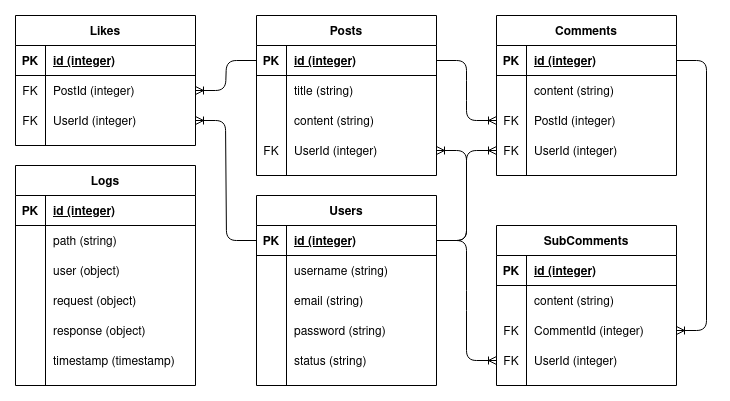
Earlier version of the draw.io export blog_app_erd.png (worklifebeyond/wlb-be-test). Source tidied: cells renumbered, new cells last; positions are measured from the earlier drawing's top-left corner, leaving out a move shared by most shapes. Source of this version:
```xml
<mxGraphModel>
  <root>
    <mxCell id="0" />
    <mxCell id="1" parent="0" />
    <mxCell id="2" style="edgeStyle=entityRelationEdgeStyle;fontSize=12;html=1;endArrow=ERoneToMany;exitX=1;exitY=0.5;exitDx=0;exitDy=0;entryX=0;entryY=0.5;entryDx=0;entryDy=0;" parent="1" edge="1" source="10" target="29">
      <mxGeometry relative="1" as="geometry" />
    </mxCell>
    <mxCell id="3" style="edgeStyle=entityRelationEdgeStyle;fontSize=12;html=1;endArrow=ERoneToMany;exitX=1;exitY=0.5;exitDx=0;exitDy=0;entryX=0;entryY=0.5;entryDx=0;entryDy=0;" parent="1" edge="1" source="65" target="32">
      <mxGeometry relative="1" as="geometry" />
    </mxCell>
    <mxCell id="4" style="edgeStyle=entityRelationEdgeStyle;fontSize=12;html=1;endArrow=ERoneToMany;exitX=1;exitY=0.5;exitDx=0;exitDy=0;" parent="1" edge="1" source="23" target="87">
      <mxGeometry relative="1" as="geometry" />
    </mxCell>
    <mxCell id="5" style="edgeStyle=entityRelationEdgeStyle;fontSize=12;html=1;endArrow=ERoneToMany;exitX=1;exitY=0.5;exitDx=0;exitDy=0;entryX=0;entryY=0.5;entryDx=0;entryDy=0;" parent="1" edge="1" source="65" target="90">
      <mxGeometry relative="1" as="geometry" />
    </mxCell>
    <mxCell id="6" style="edgeStyle=entityRelationEdgeStyle;fontSize=12;html=1;endArrow=ERoneToMany;" parent="1" edge="1" source="10" target="39">
      <mxGeometry relative="1" as="geometry" />
    </mxCell>
    <mxCell id="7" style="edgeStyle=entityRelationEdgeStyle;fontSize=12;html=1;endArrow=ERoneToMany;" parent="1" edge="1" source="65" target="42">
      <mxGeometry relative="1" as="geometry" />
    </mxCell>
    <mxCell id="8" style="edgeStyle=entityRelationEdgeStyle;fontSize=12;html=1;endArrow=ERoneToMany;exitX=1;exitY=0.5;exitDx=0;exitDy=0;" parent="1" edge="1" source="65" target="19">
      <mxGeometry relative="1" as="geometry" />
    </mxCell>
    <mxCell id="9" value="Posts" style="shape=table;startSize=30;rowLines=0;fontStyle=1;align=center;" parent="1" vertex="1">
      <mxGeometry x="241" width="180" height="160" as="geometry" />
    </mxCell>
    <mxCell id="10" style="shape=partialRectangle;fillColor=none;top=0;left=0;bottom=1;right=0;points=[[0,0.5],[1,0.5]];portConstraint=eastwest;" parent="9" vertex="1">
      <mxGeometry y="30" width="180" height="30" as="geometry" />
    </mxCell>
    <mxCell id="11" value="PK" style="shape=partialRectangle;fillColor=none;top=0;left=0;bottom=0;right=0;fontStyle=1;overflow=hidden;" parent="10" vertex="1">
      <mxGeometry width="30" height="30" as="geometry" />
    </mxCell>
    <mxCell id="12" value="id (integer)" style="shape=partialRectangle;fillColor=none;top=0;left=0;bottom=0;right=0;align=left;spacingLeft=6;fontStyle=5;overflow=hidden;" parent="10" vertex="1">
      <mxGeometry x="30" width="150" height="30" as="geometry" />
    </mxCell>
    <mxCell id="13" style="shape=partialRectangle;fillColor=none;top=0;left=0;bottom=0;right=0;" parent="9" vertex="1">
      <mxGeometry y="60" width="180" height="30" as="geometry" />
    </mxCell>
    <mxCell id="14" style="shape=partialRectangle;fillColor=none;top=0;left=0;bottom=0;right=0;overflow=hidden;" parent="13" vertex="1">
      <mxGeometry width="30" height="30" as="geometry" />
    </mxCell>
    <mxCell id="15" value="title (string)" style="shape=partialRectangle;fillColor=none;top=0;left=0;bottom=0;right=0;align=left;spacingLeft=6;overflow=hidden;" parent="13" vertex="1">
      <mxGeometry x="30" width="150" height="30" as="geometry" />
    </mxCell>
    <mxCell id="16" style="shape=partialRectangle;fillColor=none;top=0;left=0;bottom=0;right=0;" parent="9" vertex="1">
      <mxGeometry y="90" width="180" height="30" as="geometry" />
    </mxCell>
    <mxCell id="17" style="shape=partialRectangle;fillColor=none;top=0;left=0;bottom=0;right=0;overflow=hidden;" parent="16" vertex="1">
      <mxGeometry width="30" height="30" as="geometry" />
    </mxCell>
    <mxCell id="18" value="content (string)" style="shape=partialRectangle;fillColor=none;top=0;left=0;bottom=0;right=0;align=left;spacingLeft=6;overflow=hidden;" parent="16" vertex="1">
      <mxGeometry x="30" width="150" height="30" as="geometry" />
    </mxCell>
    <mxCell id="19" style="shape=partialRectangle;fillColor=none;top=0;left=0;bottom=0;right=0;points=[[0,0.5],[1,0.5]];portConstraint=eastwest;" parent="9" vertex="1">
      <mxGeometry y="120" width="180" height="30" as="geometry" />
    </mxCell>
    <mxCell id="20" value="FK" style="shape=partialRectangle;fillColor=none;top=0;left=0;bottom=0;right=0;overflow=hidden;" parent="19" vertex="1">
      <mxGeometry width="30" height="30" as="geometry" />
    </mxCell>
    <mxCell id="21" value="UserId (integer)" style="shape=partialRectangle;fillColor=none;top=0;left=0;bottom=0;right=0;align=left;spacingLeft=6;overflow=hidden;" parent="19" vertex="1">
      <mxGeometry x="30" width="150" height="30" as="geometry" />
    </mxCell>
    <mxCell id="22" value="Comments" style="shape=table;startSize=30;rowLines=0;fontStyle=1;align=center;" parent="1" vertex="1">
      <mxGeometry x="481" width="180" height="160" as="geometry" />
    </mxCell>
    <mxCell id="23" style="shape=partialRectangle;fillColor=none;top=0;left=0;bottom=1;right=0;points=[[0,0.5],[1,0.5]];portConstraint=eastwest;" parent="22" vertex="1">
      <mxGeometry y="30" width="180" height="30" as="geometry" />
    </mxCell>
    <mxCell id="24" value="PK" style="shape=partialRectangle;fillColor=none;top=0;left=0;bottom=0;right=0;fontStyle=1;overflow=hidden;" parent="23" vertex="1">
      <mxGeometry width="30" height="30" as="geometry" />
    </mxCell>
    <mxCell id="25" value="id (integer)" style="shape=partialRectangle;fillColor=none;top=0;left=0;bottom=0;right=0;align=left;spacingLeft=6;fontStyle=5;overflow=hidden;" parent="23" vertex="1">
      <mxGeometry x="30" width="150" height="30" as="geometry" />
    </mxCell>
    <mxCell id="26" style="shape=partialRectangle;fillColor=none;top=0;left=0;bottom=0;right=0;" parent="22" vertex="1">
      <mxGeometry y="60" width="180" height="30" as="geometry" />
    </mxCell>
    <mxCell id="27" style="shape=partialRectangle;fillColor=none;top=0;left=0;bottom=0;right=0;overflow=hidden;" parent="26" vertex="1">
      <mxGeometry width="30" height="30" as="geometry" />
    </mxCell>
    <mxCell id="28" value="content (string)" style="shape=partialRectangle;fillColor=none;top=0;left=0;bottom=0;right=0;align=left;spacingLeft=6;overflow=hidden;" parent="26" vertex="1">
      <mxGeometry x="30" width="150" height="30" as="geometry" />
    </mxCell>
    <mxCell id="29" style="shape=partialRectangle;fillColor=none;top=0;left=0;bottom=0;right=0;points=[[0,0.5],[1,0.5]];portConstraint=eastwest;" parent="22" vertex="1">
      <mxGeometry y="90" width="180" height="30" as="geometry" />
    </mxCell>
    <mxCell id="30" value="FK" style="shape=partialRectangle;fillColor=none;top=0;left=0;bottom=0;right=0;overflow=hidden;" parent="29" vertex="1">
      <mxGeometry width="30" height="30" as="geometry" />
    </mxCell>
    <mxCell id="31" value="PostId (integer)" style="shape=partialRectangle;fillColor=none;top=0;left=0;bottom=0;right=0;align=left;spacingLeft=6;overflow=hidden;" parent="29" vertex="1">
      <mxGeometry x="30" width="150" height="30" as="geometry" />
    </mxCell>
    <mxCell id="32" style="shape=partialRectangle;fillColor=none;top=0;left=0;bottom=0;right=0;points=[[0,0.5],[1,0.5]];portConstraint=eastwest;" parent="22" vertex="1">
      <mxGeometry y="120" width="180" height="30" as="geometry" />
    </mxCell>
    <mxCell id="33" value="FK" style="shape=partialRectangle;fillColor=none;top=0;left=0;bottom=0;right=0;overflow=hidden;" parent="32" vertex="1">
      <mxGeometry width="30" height="30" as="geometry" />
    </mxCell>
    <mxCell id="34" value="UserId (integer)" style="shape=partialRectangle;fillColor=none;top=0;left=0;bottom=0;right=0;align=left;spacingLeft=6;overflow=hidden;" parent="32" vertex="1">
      <mxGeometry x="30" width="150" height="30" as="geometry" />
    </mxCell>
    <mxCell id="35" value="Likes" style="shape=table;startSize=30;rowLines=0;fontStyle=1;align=center;" parent="1" vertex="1">
      <mxGeometry width="180" height="130" as="geometry" />
    </mxCell>
    <mxCell id="36" style="shape=partialRectangle;fillColor=none;top=0;left=0;bottom=1;right=0;" parent="35" vertex="1">
      <mxGeometry y="30" width="180" height="30" as="geometry" />
    </mxCell>
    <mxCell id="37" value="PK" style="shape=partialRectangle;fillColor=none;top=0;left=0;bottom=0;right=0;fontStyle=1;overflow=hidden;" parent="36" vertex="1">
      <mxGeometry width="30" height="30" as="geometry" />
    </mxCell>
    <mxCell id="38" value="id (integer)" style="shape=partialRectangle;fillColor=none;top=0;left=0;bottom=0;right=0;align=left;spacingLeft=6;fontStyle=5;overflow=hidden;" parent="36" vertex="1">
      <mxGeometry x="30" width="150" height="30" as="geometry" />
    </mxCell>
    <mxCell id="39" style="shape=partialRectangle;fillColor=none;top=0;left=0;bottom=0;right=0;points=[[0,0.5],[1,0.5]];portConstraint=eastwest;" parent="35" vertex="1">
      <mxGeometry y="60" width="180" height="30" as="geometry" />
    </mxCell>
    <mxCell id="40" value="FK" style="shape=partialRectangle;fillColor=none;top=0;left=0;bottom=0;right=0;overflow=hidden;" parent="39" vertex="1">
      <mxGeometry width="30" height="30" as="geometry" />
    </mxCell>
    <mxCell id="41" value="PostId (integer)" style="shape=partialRectangle;fillColor=none;top=0;left=0;bottom=0;right=0;align=left;spacingLeft=6;overflow=hidden;" parent="39" vertex="1">
      <mxGeometry x="30" width="150" height="30" as="geometry" />
    </mxCell>
    <mxCell id="42" style="shape=partialRectangle;fillColor=none;top=0;left=0;bottom=0;right=0;points=[[0,0.5],[1,0.5]];portConstraint=eastwest;" parent="35" vertex="1">
      <mxGeometry y="90" width="180" height="30" as="geometry" />
    </mxCell>
    <mxCell id="43" value="FK" style="shape=partialRectangle;fillColor=none;top=0;left=0;bottom=0;right=0;overflow=hidden;" parent="42" vertex="1">
      <mxGeometry width="30" height="30" as="geometry" />
    </mxCell>
    <mxCell id="44" value="UserId (integer)" style="shape=partialRectangle;fillColor=none;top=0;left=0;bottom=0;right=0;align=left;spacingLeft=6;overflow=hidden;" parent="42" vertex="1">
      <mxGeometry x="30" width="150" height="30" as="geometry" />
    </mxCell>
    <mxCell id="45" value="Logs" style="shape=table;startSize=30;rowLines=0;fontStyle=1;align=center;" parent="1" vertex="1">
      <mxGeometry y="150" width="180" height="220" as="geometry" />
    </mxCell>
    <mxCell id="46" style="shape=partialRectangle;fillColor=none;top=0;left=0;bottom=1;right=0;" parent="45" vertex="1">
      <mxGeometry y="30" width="180" height="30" as="geometry" />
    </mxCell>
    <mxCell id="47" value="PK" style="shape=partialRectangle;fillColor=none;top=0;left=0;bottom=0;right=0;fontStyle=1;overflow=hidden;" parent="46" vertex="1">
      <mxGeometry width="30" height="30" as="geometry" />
    </mxCell>
    <mxCell id="48" value="id (integer)" style="shape=partialRectangle;fillColor=none;top=0;left=0;bottom=0;right=0;align=left;spacingLeft=6;fontStyle=5;overflow=hidden;" parent="46" vertex="1">
      <mxGeometry x="30" width="150" height="30" as="geometry" />
    </mxCell>
    <mxCell id="49" style="shape=partialRectangle;fillColor=none;top=0;left=0;bottom=0;right=0;" parent="45" vertex="1">
      <mxGeometry y="60" width="180" height="30" as="geometry" />
    </mxCell>
    <mxCell id="50" style="shape=partialRectangle;fillColor=none;top=0;left=0;bottom=0;right=0;overflow=hidden;" parent="49" vertex="1">
      <mxGeometry width="30" height="30" as="geometry" />
    </mxCell>
    <mxCell id="51" value="path (string)" style="shape=partialRectangle;fillColor=none;top=0;left=0;bottom=0;right=0;align=left;spacingLeft=6;overflow=hidden;" parent="49" vertex="1">
      <mxGeometry x="30" width="150" height="30" as="geometry" />
    </mxCell>
    <mxCell id="52" style="shape=partialRectangle;fillColor=none;top=0;left=0;bottom=0;right=0;" parent="45" vertex="1">
      <mxGeometry y="90" width="180" height="30" as="geometry" />
    </mxCell>
    <mxCell id="53" style="shape=partialRectangle;fillColor=none;top=0;left=0;bottom=0;right=0;overflow=hidden;" parent="52" vertex="1">
      <mxGeometry width="30" height="30" as="geometry" />
    </mxCell>
    <mxCell id="54" value="user (object)" style="shape=partialRectangle;fillColor=none;top=0;left=0;bottom=0;right=0;align=left;spacingLeft=6;overflow=hidden;" parent="52" vertex="1">
      <mxGeometry x="30" width="150" height="30" as="geometry" />
    </mxCell>
    <mxCell id="55" style="shape=partialRectangle;fillColor=none;top=0;left=0;bottom=0;right=0;" parent="45" vertex="1">
      <mxGeometry y="120" width="180" height="30" as="geometry" />
    </mxCell>
    <mxCell id="56" style="shape=partialRectangle;fillColor=none;top=0;left=0;bottom=0;right=0;overflow=hidden;" parent="55" vertex="1">
      <mxGeometry width="30" height="30" as="geometry" />
    </mxCell>
    <mxCell id="57" value="request (object)" style="shape=partialRectangle;fillColor=none;top=0;left=0;bottom=0;right=0;align=left;spacingLeft=6;overflow=hidden;" parent="55" vertex="1">
      <mxGeometry x="30" width="150" height="30" as="geometry" />
    </mxCell>
    <mxCell id="58" style="shape=partialRectangle;fillColor=none;top=0;left=0;bottom=0;right=0;" parent="45" vertex="1">
      <mxGeometry y="150" width="180" height="30" as="geometry" />
    </mxCell>
    <mxCell id="59" style="shape=partialRectangle;fillColor=none;top=0;left=0;bottom=0;right=0;overflow=hidden;" parent="58" vertex="1">
      <mxGeometry width="30" height="30" as="geometry" />
    </mxCell>
    <mxCell id="60" value="response (object)" style="shape=partialRectangle;fillColor=none;top=0;left=0;bottom=0;right=0;align=left;spacingLeft=6;overflow=hidden;" parent="58" vertex="1">
      <mxGeometry x="30" width="150" height="30" as="geometry" />
    </mxCell>
    <mxCell id="61" style="shape=partialRectangle;fillColor=none;top=0;left=0;bottom=0;right=0;" parent="45" vertex="1">
      <mxGeometry y="180" width="180" height="30" as="geometry" />
    </mxCell>
    <mxCell id="62" style="shape=partialRectangle;fillColor=none;top=0;left=0;bottom=0;right=0;overflow=hidden;" parent="61" vertex="1">
      <mxGeometry width="30" height="30" as="geometry" />
    </mxCell>
    <mxCell id="63" value="timestamp (timestamp)" style="shape=partialRectangle;fillColor=none;top=0;left=0;bottom=0;right=0;align=left;spacingLeft=6;overflow=hidden;" parent="61" vertex="1">
      <mxGeometry x="30" width="150" height="30" as="geometry" />
    </mxCell>
    <mxCell id="64" value="Users" style="shape=table;startSize=30;rowLines=0;fontStyle=1;align=center;" parent="1" vertex="1">
      <mxGeometry x="241" y="180" width="180" height="190" as="geometry" />
    </mxCell>
    <mxCell id="65" style="shape=partialRectangle;fillColor=none;top=0;left=0;bottom=1;right=0;points=[[0,0.5],[1,0.5]];portConstraint=eastwest;" parent="64" vertex="1">
      <mxGeometry y="30" width="180" height="30" as="geometry" />
    </mxCell>
    <mxCell id="66" value="PK" style="shape=partialRectangle;fillColor=none;top=0;left=0;bottom=0;right=0;fontStyle=1;overflow=hidden;" parent="65" vertex="1">
      <mxGeometry width="30" height="30" as="geometry" />
    </mxCell>
    <mxCell id="67" value="id (integer)" style="shape=partialRectangle;fillColor=none;top=0;left=0;bottom=0;right=0;align=left;spacingLeft=6;fontStyle=5;overflow=hidden;" parent="65" vertex="1">
      <mxGeometry x="30" width="150" height="30" as="geometry" />
    </mxCell>
    <mxCell id="68" style="shape=partialRectangle;fillColor=none;top=0;left=0;bottom=0;right=0;" parent="64" vertex="1">
      <mxGeometry y="60" width="180" height="30" as="geometry" />
    </mxCell>
    <mxCell id="69" style="shape=partialRectangle;fillColor=none;top=0;left=0;bottom=0;right=0;overflow=hidden;" parent="68" vertex="1">
      <mxGeometry width="30" height="30" as="geometry" />
    </mxCell>
    <mxCell id="70" value="username (string)" style="shape=partialRectangle;fillColor=none;top=0;left=0;bottom=0;right=0;align=left;spacingLeft=6;overflow=hidden;" parent="68" vertex="1">
      <mxGeometry x="30" width="150" height="30" as="geometry" />
    </mxCell>
    <mxCell id="71" style="shape=partialRectangle;fillColor=none;top=0;left=0;bottom=0;right=0;" parent="64" vertex="1">
      <mxGeometry y="90" width="180" height="30" as="geometry" />
    </mxCell>
    <mxCell id="72" style="shape=partialRectangle;fillColor=none;top=0;left=0;bottom=0;right=0;overflow=hidden;" parent="71" vertex="1">
      <mxGeometry width="30" height="30" as="geometry" />
    </mxCell>
    <mxCell id="73" value="email (string)" style="shape=partialRectangle;fillColor=none;top=0;left=0;bottom=0;right=0;align=left;spacingLeft=6;overflow=hidden;" parent="71" vertex="1">
      <mxGeometry x="30" width="150" height="30" as="geometry" />
    </mxCell>
    <mxCell id="74" style="shape=partialRectangle;fillColor=none;top=0;left=0;bottom=0;right=0;" parent="64" vertex="1">
      <mxGeometry y="120" width="180" height="30" as="geometry" />
    </mxCell>
    <mxCell id="75" style="shape=partialRectangle;fillColor=none;top=0;left=0;bottom=0;right=0;overflow=hidden;" parent="74" vertex="1">
      <mxGeometry width="30" height="30" as="geometry" />
    </mxCell>
    <mxCell id="76" value="password (string)" style="shape=partialRectangle;fillColor=none;top=0;left=0;bottom=0;right=0;align=left;spacingLeft=6;overflow=hidden;" parent="74" vertex="1">
      <mxGeometry x="30" width="150" height="30" as="geometry" />
    </mxCell>
    <mxCell id="77" style="shape=partialRectangle;fillColor=none;top=0;left=0;bottom=0;right=0;" parent="64" vertex="1">
      <mxGeometry y="150" width="180" height="30" as="geometry" />
    </mxCell>
    <mxCell id="78" style="shape=partialRectangle;fillColor=none;top=0;left=0;bottom=0;right=0;overflow=hidden;" parent="77" vertex="1">
      <mxGeometry width="30" height="30" as="geometry" />
    </mxCell>
    <mxCell id="79" value="status (string)" style="shape=partialRectangle;fillColor=none;top=0;left=0;bottom=0;right=0;align=left;spacingLeft=6;overflow=hidden;" parent="77" vertex="1">
      <mxGeometry x="30" width="150" height="30" as="geometry" />
    </mxCell>
    <mxCell id="80" value="SubComments" style="shape=table;startSize=30;rowLines=0;fontStyle=1;align=center;" parent="1" vertex="1">
      <mxGeometry x="481" y="210" width="180" height="160" as="geometry" />
    </mxCell>
    <mxCell id="81" style="shape=partialRectangle;fillColor=none;top=0;left=0;bottom=1;right=0;" parent="80" vertex="1">
      <mxGeometry y="30" width="180" height="30" as="geometry" />
    </mxCell>
    <mxCell id="82" value="PK" style="shape=partialRectangle;fillColor=none;top=0;left=0;bottom=0;right=0;fontStyle=1;overflow=hidden;" parent="81" vertex="1">
      <mxGeometry width="30" height="30" as="geometry" />
    </mxCell>
    <mxCell id="83" value="id (integer)" style="shape=partialRectangle;fillColor=none;top=0;left=0;bottom=0;right=0;align=left;spacingLeft=6;fontStyle=5;overflow=hidden;" parent="81" vertex="1">
      <mxGeometry x="30" width="150" height="30" as="geometry" />
    </mxCell>
    <mxCell id="84" style="shape=partialRectangle;fillColor=none;top=0;left=0;bottom=0;right=0;" parent="80" vertex="1">
      <mxGeometry y="60" width="180" height="30" as="geometry" />
    </mxCell>
    <mxCell id="85" style="shape=partialRectangle;fillColor=none;top=0;left=0;bottom=0;right=0;overflow=hidden;" parent="84" vertex="1">
      <mxGeometry width="30" height="30" as="geometry" />
    </mxCell>
    <mxCell id="86" value="content (string)" style="shape=partialRectangle;fillColor=none;top=0;left=0;bottom=0;right=0;align=left;spacingLeft=6;overflow=hidden;" parent="84" vertex="1">
      <mxGeometry x="30" width="150" height="30" as="geometry" />
    </mxCell>
    <mxCell id="87" style="shape=partialRectangle;fillColor=none;top=0;left=0;bottom=0;right=0;points=[[0,0.5],[1,0.5]];portConstraint=eastwest;" parent="80" vertex="1">
      <mxGeometry y="90" width="180" height="30" as="geometry" />
    </mxCell>
    <mxCell id="88" value="FK" style="shape=partialRectangle;fillColor=none;top=0;left=0;bottom=0;right=0;overflow=hidden;" parent="87" vertex="1">
      <mxGeometry width="30" height="30" as="geometry" />
    </mxCell>
    <mxCell id="89" value="CommentId (integer)" style="shape=partialRectangle;fillColor=none;top=0;left=0;bottom=0;right=0;align=left;spacingLeft=6;overflow=hidden;" parent="87" vertex="1">
      <mxGeometry x="30" width="150" height="30" as="geometry" />
    </mxCell>
    <mxCell id="90" style="shape=partialRectangle;fillColor=none;top=0;left=0;bottom=0;right=0;points=[[0,0.5],[1,0.5]];portConstraint=eastwest;" parent="80" vertex="1">
      <mxGeometry y="120" width="180" height="30" as="geometry" />
    </mxCell>
    <mxCell id="91" value="FK" style="shape=partialRectangle;fillColor=none;top=0;left=0;bottom=0;right=0;overflow=hidden;" parent="90" vertex="1">
      <mxGeometry width="30" height="30" as="geometry" />
    </mxCell>
    <mxCell id="92" value="UserId (integer)" style="shape=partialRectangle;fillColor=none;top=0;left=0;bottom=0;right=0;align=left;spacingLeft=6;overflow=hidden;" parent="90" vertex="1">
      <mxGeometry x="30" width="150" height="30" as="geometry" />
    </mxCell>
  </root>
</mxGraphModel>
```
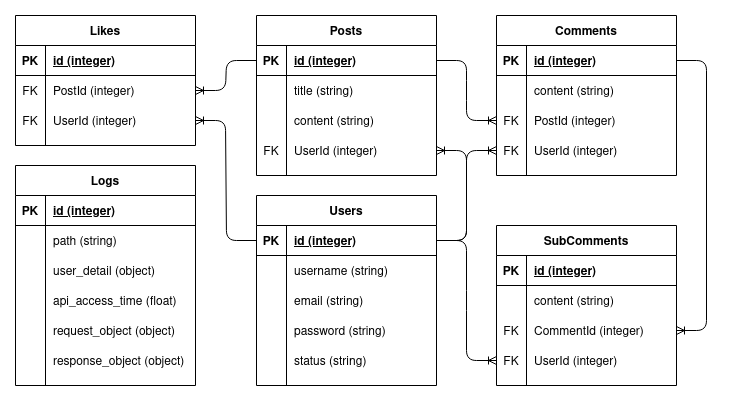
After the commit.

What changed in the source:
```diff
@@ -158,7 +158,7 @@
     <mxCell id="53" style="shape=partialRectangle;fillColor=none;top=0;left=0;bottom=0;right=0;overflow=hidden;" parent="52" vertex="1">
       <mxGeometry width="30" height="30" as="geometry" />
     </mxCell>
-    <mxCell id="54" value="user (object)" style="shape=partialRectangle;fillColor=none;top=0;left=0;bottom=0;right=0;align=left;spacingLeft=6;overflow=hidden;" parent="52" vertex="1">
+    <mxCell id="54" value="user_detail (object)" style="shape=partialRectangle;fillColor=none;top=0;left=0;bottom=0;right=0;align=left;spacingLeft=6;overflow=hidden;" parent="52" vertex="1">
       <mxGeometry x="30" width="150" height="30" as="geometry" />
     </mxCell>
     <mxCell id="55" style="shape=partialRectangle;fillColor=none;top=0;left=0;bottom=0;right=0;" parent="45" vertex="1">
@@ -167,7 +167,7 @@
     <mxCell id="56" style="shape=partialRectangle;fillColor=none;top=0;left=0;bottom=0;right=0;overflow=hidden;" parent="55" vertex="1">
       <mxGeometry width="30" height="30" as="geometry" />
     </mxCell>
-    <mxCell id="57" value="request (object)" style="shape=partialRectangle;fillColor=none;top=0;left=0;bottom=0;right=0;align=left;spacingLeft=6;overflow=hidden;" parent="55" vertex="1">
+    <mxCell id="57" value="api_access_time (float)" style="shape=partialRectangle;fillColor=none;top=0;left=0;bottom=0;right=0;align=left;spacingLeft=6;overflow=hidden;" parent="55" vertex="1">
       <mxGeometry x="30" width="150" height="30" as="geometry" />
     </mxCell>
     <mxCell id="58" style="shape=partialRectangle;fillColor=none;top=0;left=0;bottom=0;right=0;" parent="45" vertex="1">
@@ -176,7 +176,7 @@
     <mxCell id="59" style="shape=partialRectangle;fillColor=none;top=0;left=0;bottom=0;right=0;overflow=hidden;" parent="58" vertex="1">
       <mxGeometry width="30" height="30" as="geometry" />
     </mxCell>
-    <mxCell id="60" value="response (object)" style="shape=partialRectangle;fillColor=none;top=0;left=0;bottom=0;right=0;align=left;spacingLeft=6;overflow=hidden;" parent="58" vertex="1">
+    <mxCell id="60" value="request_object (object)" style="shape=partialRectangle;fillColor=none;top=0;left=0;bottom=0;right=0;align=left;spacingLeft=6;overflow=hidden;" parent="58" vertex="1">
       <mxGeometry x="30" width="150" height="30" as="geometry" />
     </mxCell>
     <mxCell id="61" style="shape=partialRectangle;fillColor=none;top=0;left=0;bottom=0;right=0;" parent="45" vertex="1">
@@ -185,9 +185,9 @@
     <mxCell id="62" style="shape=partialRectangle;fillColor=none;top=0;left=0;bottom=0;right=0;overflow=hidden;" parent="61" vertex="1">
       <mxGeometry width="30" height="30" as="geometry" />
     </mxCell>
-    <mxCell id="63" value="timestamp (timestamp)" style="shape=partialRectangle;fillColor=none;top=0;left=0;bottom=0;right=0;align=left;spacingLeft=6;overflow=hidden;" parent="61" vertex="1">
-      <mxGeometry x="30" width="150" height="30" as="geometry" />
-    </mxCell>
+    <mxCell id="93" value="response_object (object)" style="shape=partialRectangle;fillColor=none;top=0;left=0;bottom=0;right=0;align=left;spacingLeft=6;overflow=hidden;" parent="61" vertex="1">
+      <mxGeometry x="30" width="150" height="30" as="geometry" />
+    </mxCell>
     <mxCell id="64" value="Users" style="shape=table;startSize=30;rowLines=0;fontStyle=1;align=center;" parent="1" vertex="1">
       <mxGeometry x="241" y="180" width="180" height="190" as="geometry" />
     </mxCell>
```
